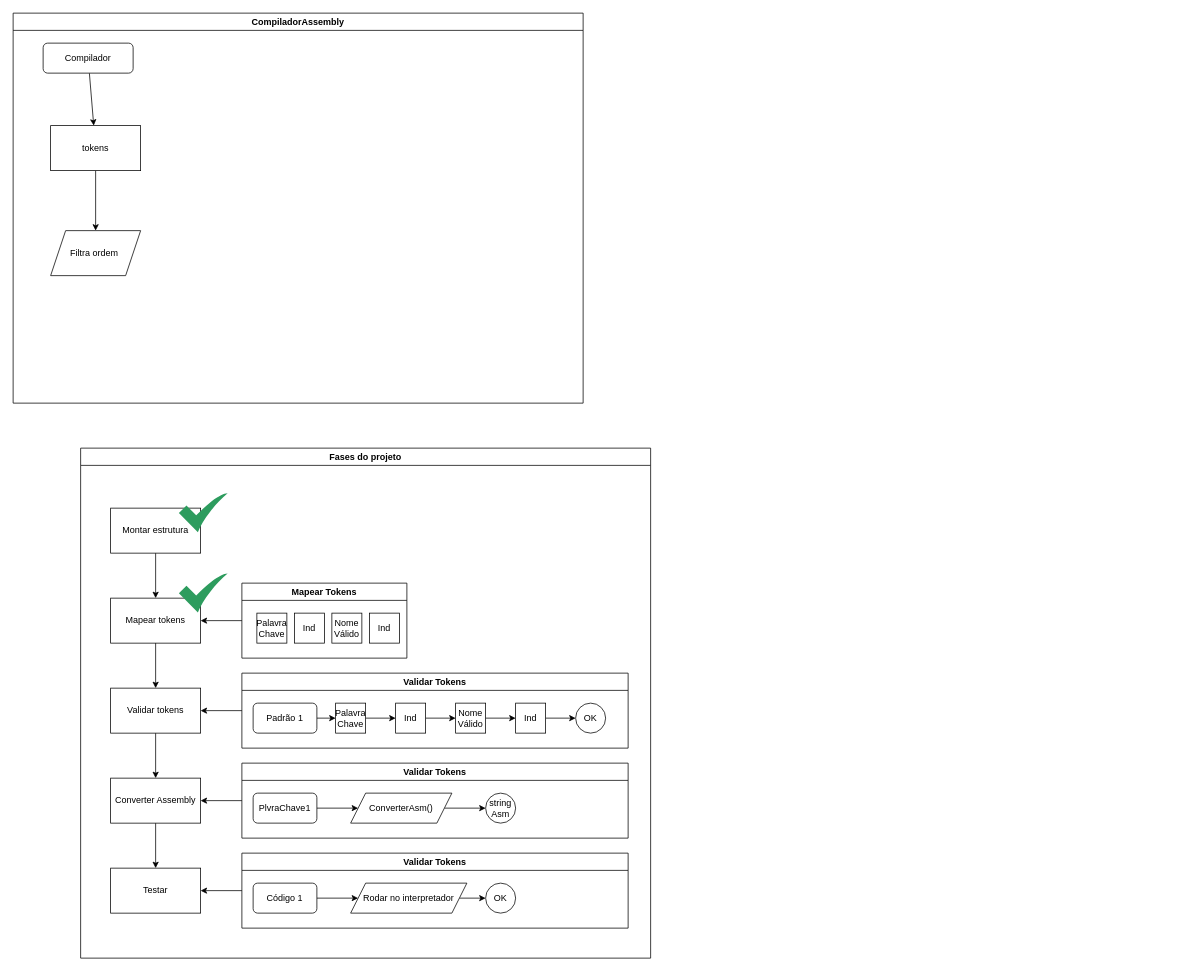
This is doc/estrutura-compilador-assembly.drawio from yxuo/assembly-compilator-csharp, a draw.io file, before an edit. Source tidied: cells renumbered, new cells numbered last; positions are measured from the earlier drawing's top-left corner, leaving out a move shared by most shapes. Both pictures are drawn from the tidied source at 75%, with x=0, y=0 at pixel (13, 13).
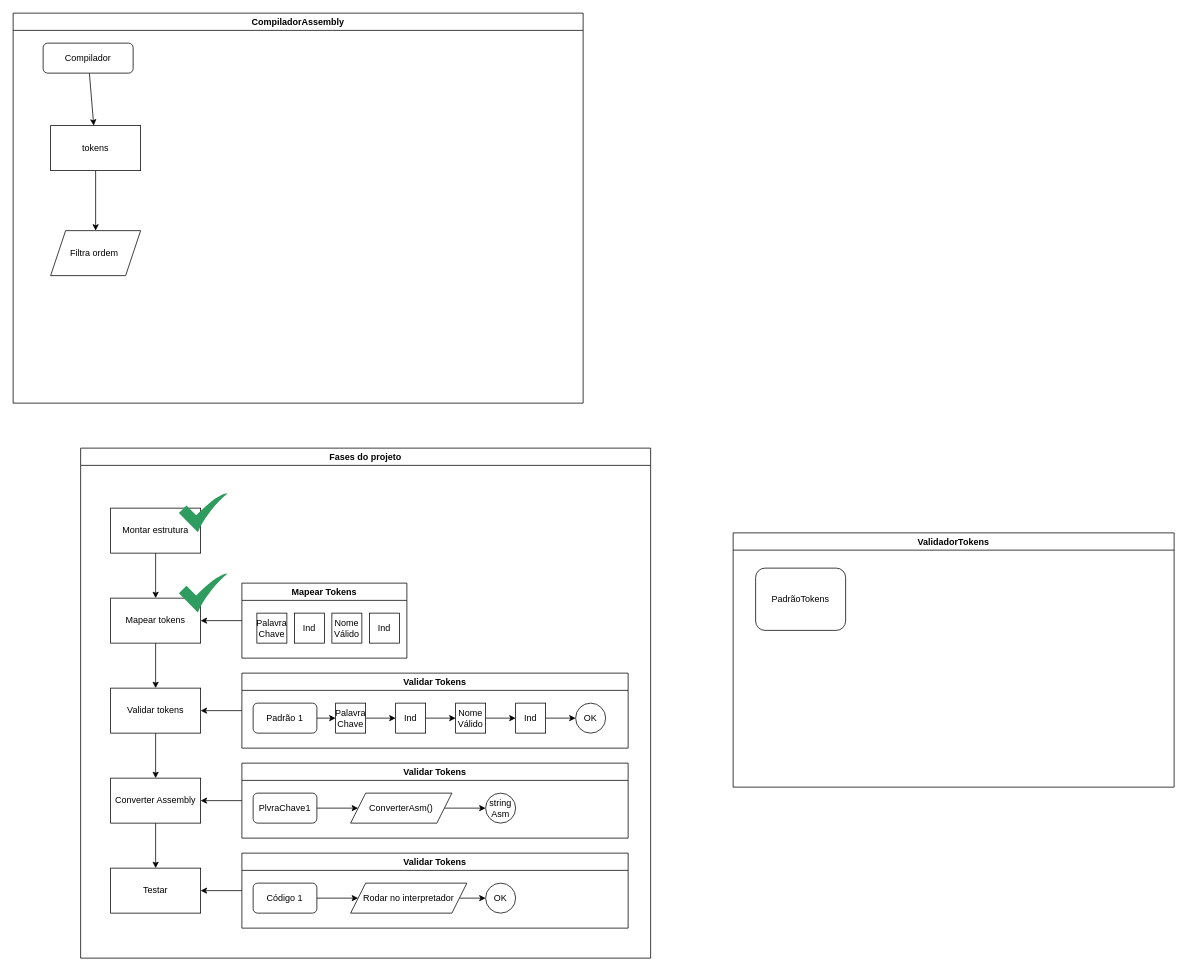
The same diagram, later.

Change to the diagram source:
```diff
@@
+    <mxCell id="61" value="ValidadorTokens" style="swimlane;whiteSpace=wrap;html=1;" parent="1" vertex="1">
+      <mxGeometry x="960" y="693" width="588" height="339" as="geometry" />
+    </mxCell>
+    <mxCell id="62" value="PadrãoTokens" style="rounded=1;whiteSpace=wrap;html=1;" parent="61" vertex="1">
+      <mxGeometry x="30" y="47" width="120" height="83" as="geometry" />
+    </mxCell>
```
